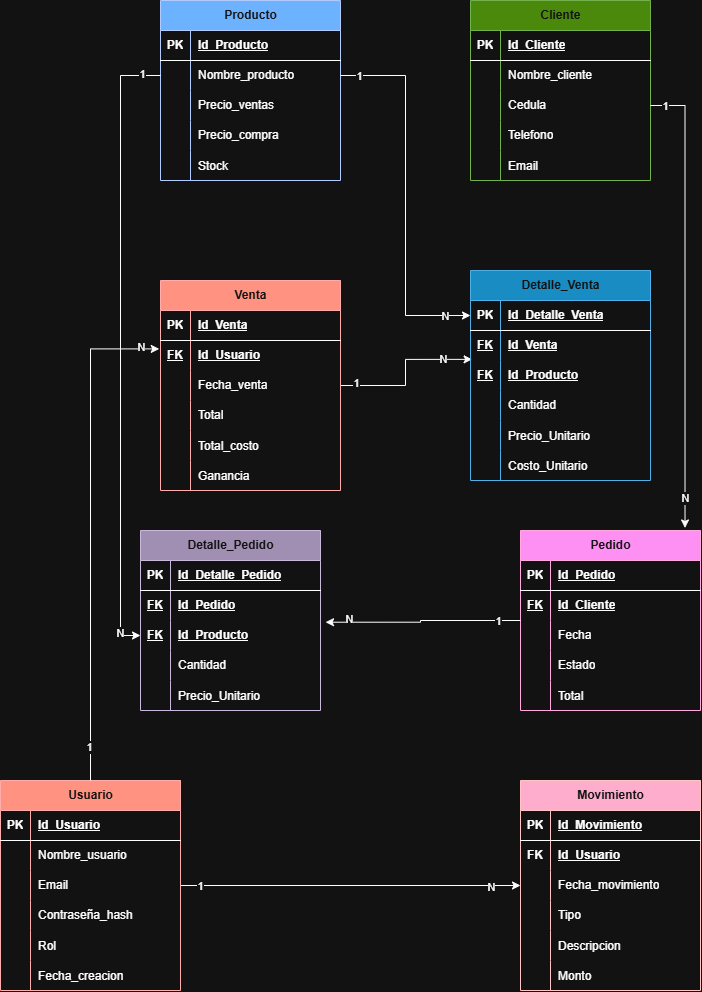
This is database/BD_Tienda.drawio.png from Tienda-Conveniencia-Ing-Software/Tienda-Don-Julio, a draw.io export, as it was before one commit. Source tidied: cells renumbered, new cells last; positions are measured from the earlier drawing's top-left corner, leaving out a move shared by most shapes.
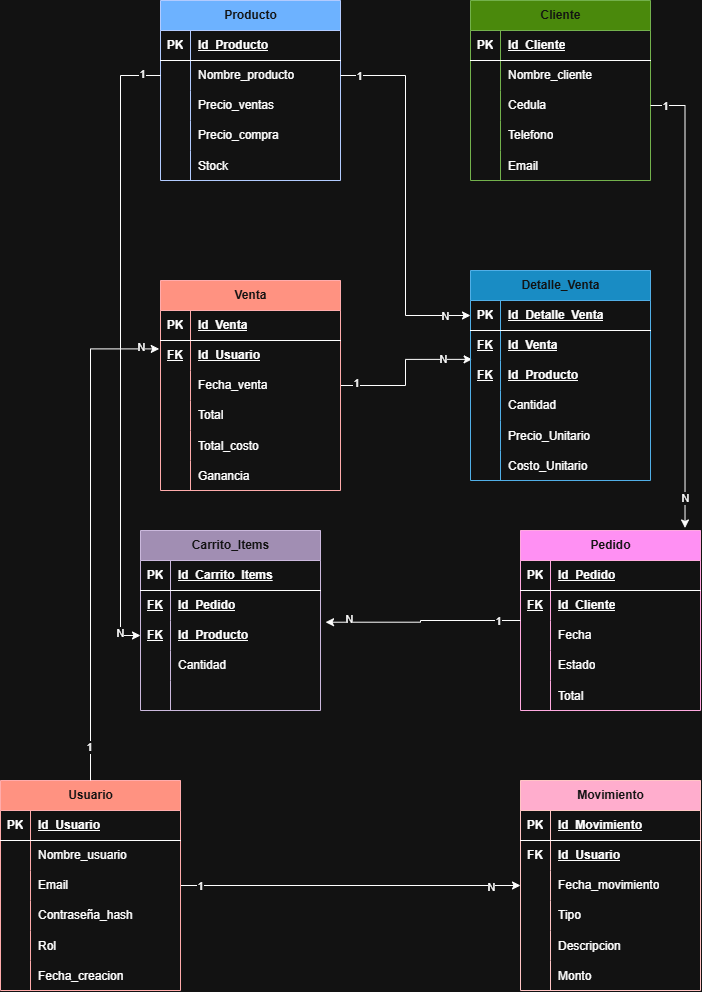
Above is the later version.

Commit message:
modelo relacional correcto

Diff of the diagram source:
```diff
@@ -212,7 +212,7 @@
     <mxCell id="71" value="Total" style="shape=partialRectangle;fillColor=none;top=0;left=0;bottom=0;right=0;align=left;spacingLeft=6;overflow=hidden;" parent="69" vertex="1">
       <mxGeometry x="30" width="150" height="30" as="geometry" />
     </mxCell>
-    <mxCell id="72" value="Detalle_Pedido" style="shape=table;startSize=30;rowLines=0;fontStyle=1;align=center;html=1;fillColor=#76608a;fontColor=#ffffff;strokeColor=#432D57;" parent="1" vertex="1">
+    <mxCell id="72" value="Carrito_Items" style="shape=table;startSize=30;rowLines=0;fontStyle=1;align=center;html=1;fillColor=#76608a;fontColor=#ffffff;strokeColor=#432D57;" parent="1" vertex="1">
       <mxGeometry x="140" y="530" width="180" height="180" as="geometry" />
     </mxCell>
     <mxCell id="73" style="shape=tableRow;horizontal=0;startSize=0;swimlaneHead=0;swimlaneBody=0;fillColor=none;top=0;left=0;right=0;bottom=1;" parent="72" vertex="1">
@@ -221,7 +221,7 @@
     <mxCell id="74" value="PK" style="shape=partialRectangle;fillColor=none;top=0;left=0;bottom=0;right=0;fontStyle=1;overflow=hidden;whiteSpace=wrap;html=1;" parent="73" vertex="1">
       <mxGeometry width="30" height="30" as="geometry" />
     </mxCell>
-    <mxCell id="75" value="Id_Detalle_Pedido" style="shape=partialRectangle;fillColor=none;top=0;left=0;bottom=0;right=0;align=left;spacingLeft=6;fontStyle=5;overflow=hidden;whiteSpace=wrap;html=1;" parent="73" vertex="1">
+    <mxCell id="75" value="Id_Carrito_Items" style="shape=partialRectangle;fillColor=none;top=0;left=0;bottom=0;right=0;align=left;spacingLeft=6;fontStyle=5;overflow=hidden;whiteSpace=wrap;html=1;" parent="73" vertex="1">
       <mxGeometry x="30" width="150" height="30" as="geometry" />
     </mxCell>
     <mxCell id="76" style="shape=tableRow;horizontal=0;startSize=0;swimlaneHead=0;swimlaneBody=0;fillColor=none;top=0;left=0;right=0;bottom=0;" parent="72" vertex="1">
@@ -257,7 +257,7 @@
     <mxCell id="86" style="shape=partialRectangle;fillColor=none;top=0;left=0;bottom=0;right=0;overflow=hidden;" parent="85" vertex="1">
       <mxGeometry width="30" height="30" as="geometry" />
     </mxCell>
-    <mxCell id="87" value="Precio_Unitario" style="shape=partialRectangle;fillColor=none;top=0;left=0;bottom=0;right=0;align=left;spacingLeft=6;overflow=hidden;" parent="85" vertex="1">
+    <mxCell id="87" style="shape=partialRectangle;fillColor=none;top=0;left=0;bottom=0;right=0;align=left;spacingLeft=6;overflow=hidden;" parent="85" vertex="1">
       <mxGeometry x="30" width="150" height="30" as="geometry" />
     </mxCell>
     <mxCell id="88" value="Movimiento" style="shape=table;startSize=30;rowLines=0;fontStyle=1;align=center;html=1;fillColor=#a20025;fontColor=#ffffff;strokeColor=#6F0000;" parent="1" vertex="1">
```
